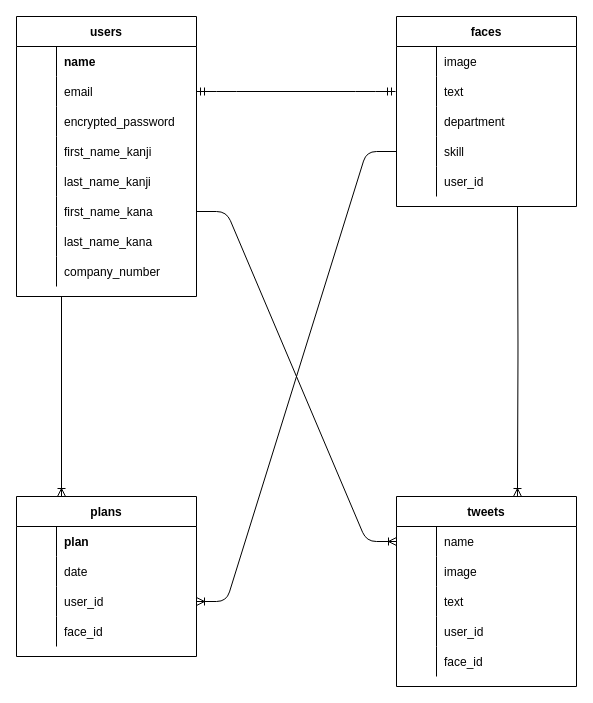
keisuzuk-rush/kaopita-36389 keeps this draw.io diagram as test.dio. Above is the earlier version. Source tidied: cells renumbered, new cells numbered last; positions are measured from the earlier drawing's top-left corner, leaving out a move shared by most shapes. Both pictures are drawn from the tidied source at 100%, with x=0, y=0 at pixel (16, 16).
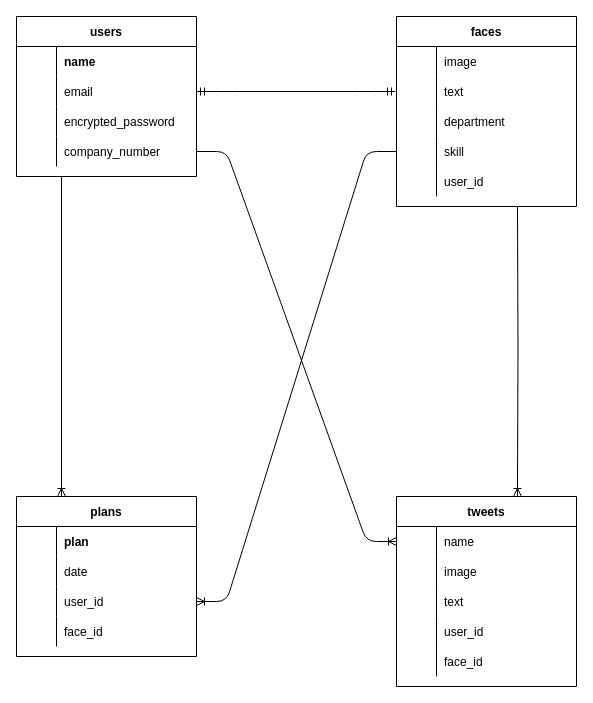
The same diagram, later.

What changed in the source:
```diff
@@
     <mxCell id="2" value="users" style="shape=table;startSize=30;childLayout=tableLayout;rowLines=0;fontStyle=1;align=center;" parent="1" vertex="1">
-      <mxGeometry width="180" height="280" as="geometry" />
+      <mxGeometry width="180" height="160" as="geometry" />
     </mxCell>
@@
-    <mxCell id="12" style="shape=partialRectangle;fillColor=none;top=0;left=0;bottom=0;right=0;" parent="2" vertex="1">
-      <mxGeometry y="120" width="180" height="30" as="geometry" />
-    </mxCell>
-    <mxCell id="13" style="shape=partialRectangle;fillColor=none;top=0;left=0;bottom=0;right=0;overflow=hidden;" parent="12" vertex="1">
-      <mxGeometry width="40" height="30" as="geometry" />
-    </mxCell>
-    <mxCell id="14" value="first_name_kanji" style="shape=partialRectangle;fillColor=none;top=0;left=0;bottom=0;right=0;align=left;spacingLeft=6;overflow=hidden;" parent="12" vertex="1">
-      <mxGeometry x="40" width="140" height="30" as="geometry" />
-    </mxCell>
-    <mxCell id="15" style="shape=partialRectangle;fillColor=none;top=0;left=0;bottom=0;right=0;" parent="2" vertex="1">
-      <mxGeometry y="150" width="180" height="30" as="geometry" />
-    </mxCell>
-    <mxCell id="16" style="shape=partialRectangle;fillColor=none;top=0;left=0;bottom=0;right=0;overflow=hidden;" parent="15" vertex="1">
-      <mxGeometry width="40" height="30" as="geometry" />
-    </mxCell>
-    <mxCell id="17" value="last_name_kanji" style="shape=partialRectangle;fillColor=none;top=0;left=0;bottom=0;right=0;align=left;spacingLeft=6;overflow=hidden;" parent="15" vertex="1">
-      <mxGeometry x="40" width="140" height="30" as="geometry" />
-    </mxCell>
-    <mxCell id="18" style="shape=partialRectangle;fillColor=none;top=0;left=0;bottom=0;right=0;points=[[0,0.5],[1,0.5]];portConstraint=eastwest;" parent="2" vertex="1">
-      <mxGeometry y="180" width="180" height="30" as="geometry" />
-    </mxCell>
-    <mxCell id="19" style="shape=partialRectangle;fillColor=none;top=0;left=0;bottom=0;right=0;overflow=hidden;" parent="18" vertex="1">
-      <mxGeometry width="40" height="30" as="geometry" />
-    </mxCell>
-    <mxCell id="20" value="first_name_kana" style="shape=partialRectangle;fillColor=none;top=0;left=0;bottom=0;right=0;align=left;spacingLeft=6;overflow=hidden;" parent="18" vertex="1">
-      <mxGeometry x="40" width="140" height="30" as="geometry" />
-    </mxCell>
-    <mxCell id="21" style="shape=partialRectangle;fillColor=none;top=0;left=0;bottom=0;right=0;" parent="2" vertex="1">
-      <mxGeometry y="210" width="180" height="30" as="geometry" />
-    </mxCell>
-    <mxCell id="22" style="shape=partialRectangle;fillColor=none;top=0;left=0;bottom=0;right=0;overflow=hidden;" parent="21" vertex="1">
-      <mxGeometry width="40" height="30" as="geometry" />
-    </mxCell>
-    <mxCell id="23" value="last_name_kana" style="shape=partialRectangle;fillColor=none;top=0;left=0;bottom=0;right=0;align=left;spacingLeft=6;overflow=hidden;" parent="21" vertex="1">
-      <mxGeometry x="40" width="140" height="30" as="geometry" />
-    </mxCell>
     <mxCell id="24" style="shape=partialRectangle;fillColor=none;top=0;left=0;bottom=0;right=0;" parent="2" vertex="1">
-      <mxGeometry y="240" width="180" height="30" as="geometry" />
+      <mxGeometry y="120" width="180" height="30" as="geometry" />
     </mxCell>
@@
-    <mxCell id="73" style="edgeStyle=entityRelationEdgeStyle;fontSize=12;html=1;endArrow=ERoneToMany;exitX=1;exitY=0.5;exitDx=0;exitDy=0;" parent="1" edge="1" source="18">
+    <mxCell id="73" style="edgeStyle=entityRelationEdgeStyle;fontSize=12;html=1;endArrow=ERoneToMany;exitX=1;exitY=0.5;exitDx=0;exitDy=0;" parent="1" edge="1">
       <mxGeometry relative="1" as="geometry">
+        <mxPoint x="180" y="135" as="sourcePoint" />
         <mxPoint x="380" y="525" as="targetPoint" />
       </mxGeometry>
     </mxCell>
```
